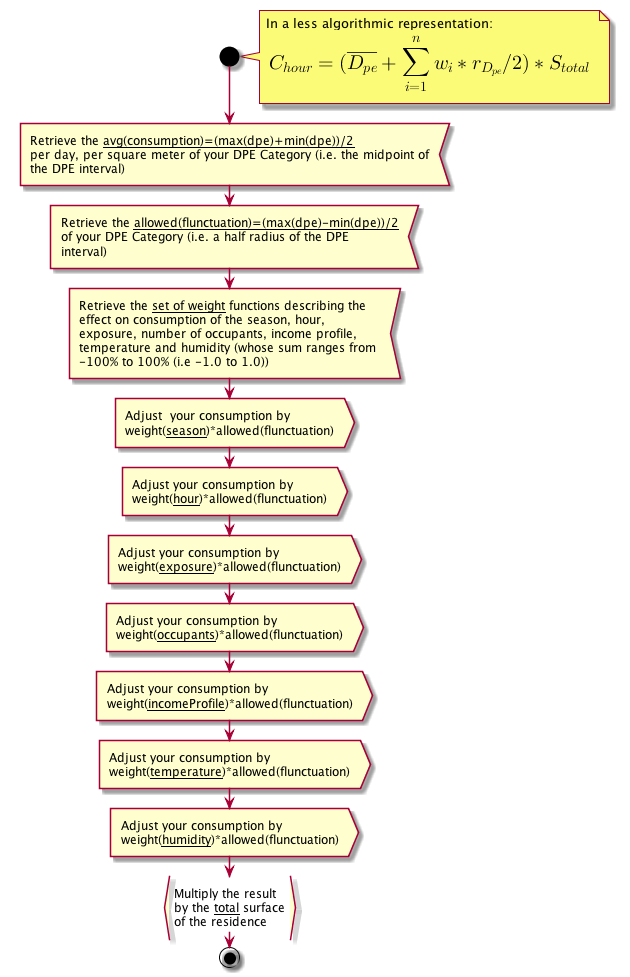
Before: geraniumUmlActivity.png, a diagram exported from PlantUML (npapoylias/Geranium). Its diagram source:
```plantuml
@startuml
start
note right
In a less algorithmic representation:
<latex>C_{hour}=(\overline{D_{pe}}+\sum_{i=1}^n w_i*r_{D_{pe}}/2)*S_{total}</latex>
end note
:Retrieve the __avg(consumption)=(max(dpe)+min(dpe))/2__
per day, per square meter of your DPE Category (i.e. the midpoint of
the DPE interval)<
:Retrieve the __allowed(flunctuation)=(max(dpe)-min(dpe))/2__
of your DPE Category (i.e. a half radius of the DPE
interval)<
:Retrieve the __set of weight__ functions describing the
effect on consumption of the season, hour,
exposure, number of occupants, income profile,
temperature and humidity (whose sum ranges from
-100% to 100% (i.e -1.0 to 1.0))<
:Adjust  your consumption by
weight(__season__)*allowed(flunctuation)>
:Adjust your consumption by
weight(__hour__)*allowed(flunctuation)>
:Adjust your consumption by
weight(__exposure__)*allowed(flunctuation)>
:Adjust your consumption by
weight(__occupants__)*allowed(flunctuation)>
:Adjust your consumption by
weight(__incomeProfile__)*allowed(flunctuation)>
:Adjust your consumption by
weight(__temperature__)*allowed(flunctuation)>
:Adjust your consumption by
weight(__humidity__)*allowed(flunctuation)>
:Multiply the result
by the __total__ surface
of the residence}
stop
@enduml
```
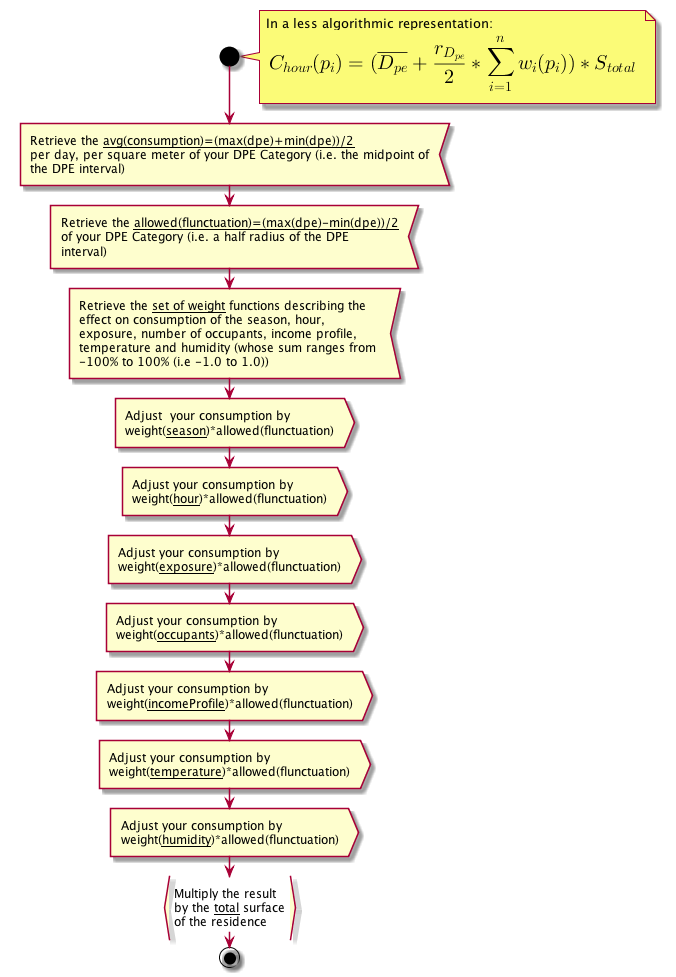
The same file after the commit.

Commit message:
updating uml activity

Diff of the diagram source:
```diff
@@ -2,7 +2,7 @@
 start
 note right
 In a less algorithmic representation:
-<latex>C_{hour}=(\overline{D_{pe}}+\sum_{i=1}^n w_i*r_{D_{pe}}/2)*S_{total}</latex>
+<latex>C_{hour}(p_i)=(\overline{D_{pe}}+\frac{r_{D_{pe}}}{2}*\sum_{i=1}^n w_i(p_i))*S_{total}</latex>
 end note
 :Retrieve the __avg(consumption)=(max(dpe)+min(dpe))/2__
 per day, per square meter of your DPE Category (i.e. the midpoint of
```
